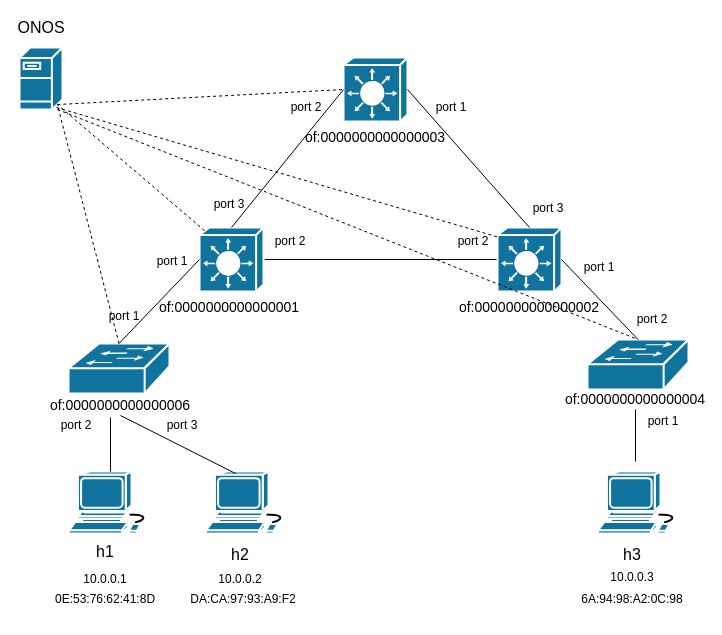
gameLoading/blank__- keeps this draw.io diagram as page "ARP 패킷 발생" (4 of 5) of fwd.drawio. Above is the earlier version. Source tidied: cells renumbered, new cells numbered last; positions are measured from the earlier drawing's top-left corner, leaving out a move shared by most shapes. Both pictures are drawn from the tidied source at 100%, with x=0, y=0 at pixel (19, 17).
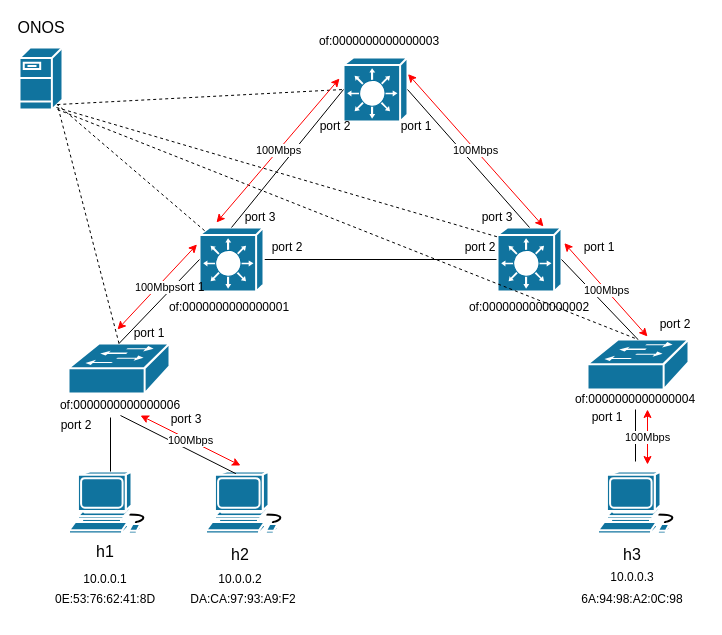
Above is the later version.

The change refers to these unchanged cells:
```xml
<mxCell id="3" style="shape=mxgraph.cisco.switches.layer_3_switch;html=1;dashed=0;fillColor=#10739E;strokeColor=#ffffff;strokeWidth=2;verticalLabelPosition=bottom;verticalAlign=top;fontFamily=Helvetica;fontSize=16;fontColor=#FFB366;" parent="1" vertex="1">
  <mxGeometry x="180" y="210" width="64" height="64" as="geometry" />
</mxCell>
<mxCell id="9" style="shape=mxgraph.cisco.switches.layer_3_switch;html=1;dashed=0;fillColor=#10739E;strokeColor=#ffffff;strokeWidth=2;verticalLabelPosition=bottom;verticalAlign=top;fontFamily=Helvetica;fontSize=16;fontColor=#FFB366;" parent="1" vertex="1">
  <mxGeometry x="324" y="40" width="64" height="64" as="geometry" />
</mxCell>
```

What changed in the source:
```diff
@@
-    <mxCell id="11" value="of:0000000000000003" style="text;html=1;strokeColor=none;fillColor=none;align=center;verticalAlign=middle;whiteSpace=wrap;rounded=0;fontSize=14;" parent="1" vertex="1">
-      <mxGeometry x="336" y="110" width="40" height="20" as="geometry" />
+    <mxCell id="11" value="of:0000000000000003" style="text;html=1;strokeColor=none;fillColor=none;align=center;verticalAlign=middle;whiteSpace=wrap;rounded=0;fontSize=12;" parent="1" vertex="1">
+      <mxGeometry x="340" y="14" width="40" height="20" as="geometry" />
     </mxCell>
-    <mxCell id="12" value="of:0000000000000001" style="text;html=1;strokeColor=none;fillColor=none;align=center;verticalAlign=middle;whiteSpace=wrap;rounded=0;fontSize=14;" parent="1" vertex="1">
+    <mxCell id="12" value="of:0000000000000001" style="text;html=1;strokeColor=none;fillColor=none;align=center;verticalAlign=middle;whiteSpace=wrap;rounded=0;fontSize=12;" parent="1" vertex="1">
       <mxGeometry x="190" y="280" width="40" height="20" as="geometry" />
     </mxCell>
-    <mxCell id="13" value="of:0000000000000002" style="text;html=1;strokeColor=none;fillColor=none;align=center;verticalAlign=middle;whiteSpace=wrap;rounded=0;fontSize=14;" parent="1" vertex="1">
+    <mxCell id="13" value="of:0000000000000002" style="text;html=1;strokeColor=none;fillColor=none;align=center;verticalAlign=middle;whiteSpace=wrap;rounded=0;fontSize=12;" parent="1" vertex="1">
       <mxGeometry x="490" y="280" width="40" height="20" as="geometry" />
     </mxCell>
@@
-    <mxCell id="37" value="of:0000000000000006" style="text;html=1;strokeColor=none;fillColor=none;align=center;verticalAlign=middle;whiteSpace=wrap;rounded=0;fontSize=14;" parent="1" vertex="1">
+    <mxCell id="37" value="of:0000000000000006" style="text;html=1;strokeColor=none;fillColor=none;align=center;verticalAlign=middle;whiteSpace=wrap;rounded=0;fontSize=12;" parent="1" vertex="1">
       <mxGeometry x="81" y="378" width="40" height="20" as="geometry" />
     </mxCell>
-    <mxCell id="38" value="&lt;span style=&quot;font-size: 14px;&quot;&gt;of:0000000000000004&lt;/span&gt;" style="text;html=1;strokeColor=none;fillColor=none;align=center;verticalAlign=middle;whiteSpace=wrap;rounded=0;fontSize=14;" parent="1" vertex="1">
+    <mxCell id="38" value="&lt;span style=&quot;font-size: 12px;&quot;&gt;of:0000000000000004&lt;/span&gt;" style="text;html=1;strokeColor=none;fillColor=none;align=center;verticalAlign=middle;whiteSpace=wrap;rounded=0;fontSize=12;" parent="1" vertex="1">
       <mxGeometry x="596" y="372" width="40" height="20" as="geometry" />
     </mxCell>
@@
     <mxCell id="40" value="port 3" style="text;html=1;strokeColor=none;fillColor=none;align=center;verticalAlign=middle;whiteSpace=wrap;rounded=0;" parent="1" vertex="1">
-      <mxGeometry x="143" y="398" width="40" height="20" as="geometry" />
+      <mxGeometry x="146.5" y="392" width="40" height="20" as="geometry" />
     </mxCell>
     <mxCell id="41" value="port 1" style="text;html=1;strokeColor=none;fillColor=none;align=center;verticalAlign=middle;whiteSpace=wrap;rounded=0;" parent="1" vertex="1">
-      <mxGeometry x="85" y="289" width="40" height="20" as="geometry" />
+      <mxGeometry x="110" y="306" width="40" height="20" as="geometry" />
     </mxCell>
     <mxCell id="42" value="port 1" style="text;html=1;strokeColor=none;fillColor=none;align=center;verticalAlign=middle;whiteSpace=wrap;rounded=0;" parent="1" vertex="1">
-      <mxGeometry x="133" y="234" width="40" height="20" as="geometry" />
+      <mxGeometry x="150" y="260" width="40" height="20" as="geometry" />
     </mxCell>
     <mxCell id="43" value="port 2" style="text;html=1;strokeColor=none;fillColor=none;align=center;verticalAlign=middle;whiteSpace=wrap;rounded=0;" parent="1" vertex="1">
-      <mxGeometry x="251" y="214" width="40" height="20" as="geometry" />
+      <mxGeometry x="248" y="220" width="40" height="20" as="geometry" />
     </mxCell>
     <mxCell id="44" value="port 2" style="text;html=1;strokeColor=none;fillColor=none;align=center;verticalAlign=middle;whiteSpace=wrap;rounded=0;" parent="1" vertex="1">
-      <mxGeometry x="434" y="214" width="40" height="20" as="geometry" />
+      <mxGeometry x="441" y="220" width="40" height="20" as="geometry" />
     </mxCell>
     <mxCell id="45" value="port 3" style="text;html=1;strokeColor=none;fillColor=none;align=center;verticalAlign=middle;whiteSpace=wrap;rounded=0;" parent="1" vertex="1">
-      <mxGeometry x="190" y="177" width="40" height="20" as="geometry" />
+      <mxGeometry x="221" y="190" width="40" height="20" as="geometry" />
     </mxCell>
     <mxCell id="46" value="port 2" style="text;html=1;strokeColor=none;fillColor=none;align=center;verticalAlign=middle;whiteSpace=wrap;rounded=0;" parent="1" vertex="1">
-      <mxGeometry x="267" y="80" width="40" height="20" as="geometry" />
+      <mxGeometry x="296" y="99" width="40" height="20" as="geometry" />
     </mxCell>
     <mxCell id="47" value="port 1" style="text;html=1;strokeColor=none;fillColor=none;align=center;verticalAlign=middle;whiteSpace=wrap;rounded=0;" parent="1" vertex="1">
-      <mxGeometry x="412" y="80" width="40" height="20" as="geometry" />
+      <mxGeometry x="377" y="99" width="40" height="20" as="geometry" />
     </mxCell>
     <mxCell id="48" value="port 3" style="text;html=1;strokeColor=none;fillColor=none;align=center;verticalAlign=middle;whiteSpace=wrap;rounded=0;" parent="1" vertex="1">
-      <mxGeometry x="509" y="181" width="40" height="20" as="geometry" />
+      <mxGeometry x="458" y="190" width="40" height="20" as="geometry" />
     </mxCell>
     <mxCell id="49" value="port 1" style="text;html=1;strokeColor=none;fillColor=none;align=center;verticalAlign=middle;whiteSpace=wrap;rounded=0;" parent="1" vertex="1">
-      <mxGeometry x="560" y="240" width="40" height="20" as="geometry" />
+      <mxGeometry x="560" y="220" width="40" height="20" as="geometry" />
     </mxCell>
     <mxCell id="50" value="port 2" style="text;html=1;strokeColor=none;fillColor=none;align=center;verticalAlign=middle;whiteSpace=wrap;rounded=0;" parent="1" vertex="1">
-      <mxGeometry x="613" y="292" width="40" height="20" as="geometry" />
+      <mxGeometry x="636" y="297" width="40" height="20" as="geometry" />
     </mxCell>
     <mxCell id="51" value="port 1" style="text;html=1;strokeColor=none;fillColor=none;align=center;verticalAlign=middle;whiteSpace=wrap;rounded=0;" parent="1" vertex="1">
-      <mxGeometry x="624" y="394" width="40" height="20" as="geometry" />
+      <mxGeometry x="568" y="390" width="40" height="20" as="geometry" />
     </mxCell>
+    <mxCell id="52" value="100Mbps" style="endArrow=classic;startArrow=classic;html=1;strokeColor=#FF0000;" parent="1" edge="1">
+      <mxGeometry relative="1" as="geometry">
+        <mxPoint x="221" y="448" as="sourcePoint" />
+        <mxPoint x="121" y="398" as="targetPoint" />
+      </mxGeometry>
+    </mxCell>
+    <mxCell id="53" value="100Mbps" style="endArrow=classic;startArrow=classic;html=1;strokeColor=#FF0000;entryX=-0.039;entryY=0.265;entryDx=0;entryDy=0;entryPerimeter=0;" parent="1" edge="1" target="3">
+      <mxGeometry relative="1" as="geometry">
+        <mxPoint x="98" y="312" as="sourcePoint" />
+      </mxGeometry>
+    </mxCell>
+    <mxCell id="54" value="100Mbps" style="endArrow=classic;startArrow=classic;html=1;strokeColor=#FF0000;" parent="1" edge="1">
+      <mxGeometry relative="1" as="geometry">
+        <mxPoint x="197" y="205" as="sourcePoint" />
+        <mxPoint x="320" y="61" as="targetPoint" />
+      </mxGeometry>
+    </mxCell>
+    <mxCell id="55" value="100Mbps" style="endArrow=classic;startArrow=classic;html=1;strokeColor=#FF0000;exitX=1.008;exitY=0.259;exitDx=0;exitDy=0;exitPerimeter=0;" parent="1" edge="1" source="9">
+      <mxGeometry relative="1" as="geometry">
+        <mxPoint x="524" y="209" as="targetPoint" />
+      </mxGeometry>
+    </mxCell>
+    <mxCell id="56" value="100Mbps" style="endArrow=classic;startArrow=classic;html=1;strokeColor=#FF0000;exitX=1.008;exitY=0.259;exitDx=0;exitDy=0;exitPerimeter=0;" parent="1" edge="1">
+      <mxGeometry relative="1" as="geometry">
+        <mxPoint x="544.8" y="225.6" as="sourcePoint" />
+        <mxPoint x="628" y="319" as="targetPoint" />
+      </mxGeometry>
+    </mxCell>
+    <mxCell id="57" value="100Mbps" style="endArrow=classic;startArrow=classic;html=1;strokeColor=#FF0000;" parent="1" edge="1">
+      <mxGeometry relative="1" as="geometry">
+        <mxPoint x="628" y="392" as="sourcePoint" />
+        <mxPoint x="628" y="447" as="targetPoint" />
+      </mxGeometry>
+    </mxCell>
```
